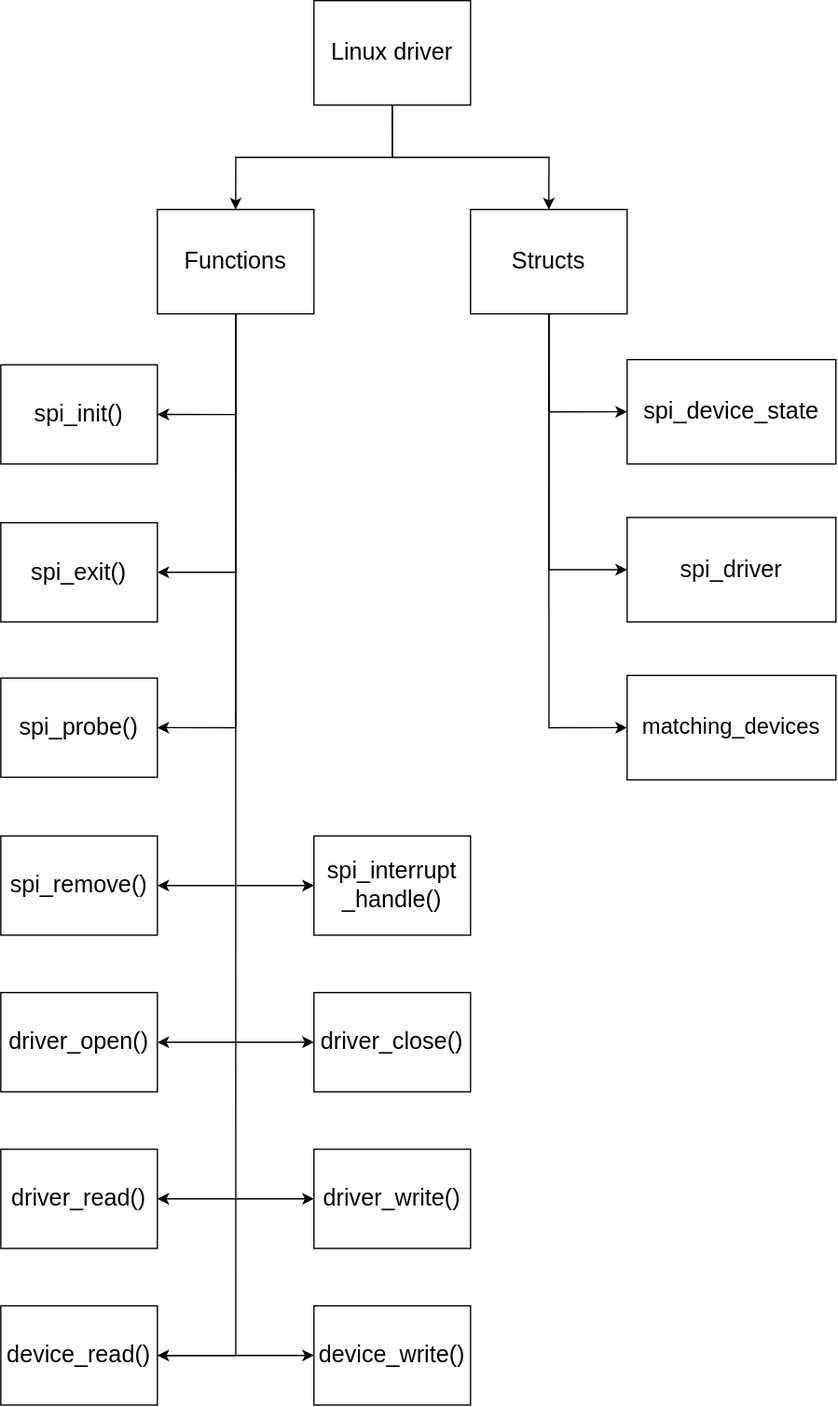
This is docs/spi.drawio.svg from TayyabHmza/spi_driver, a draw.io export, as it was before one commit. Source tidied: cells renumbered, new cells last; positions are measured from the earlier drawing's top-left corner, leaving out a move shared by most shapes.
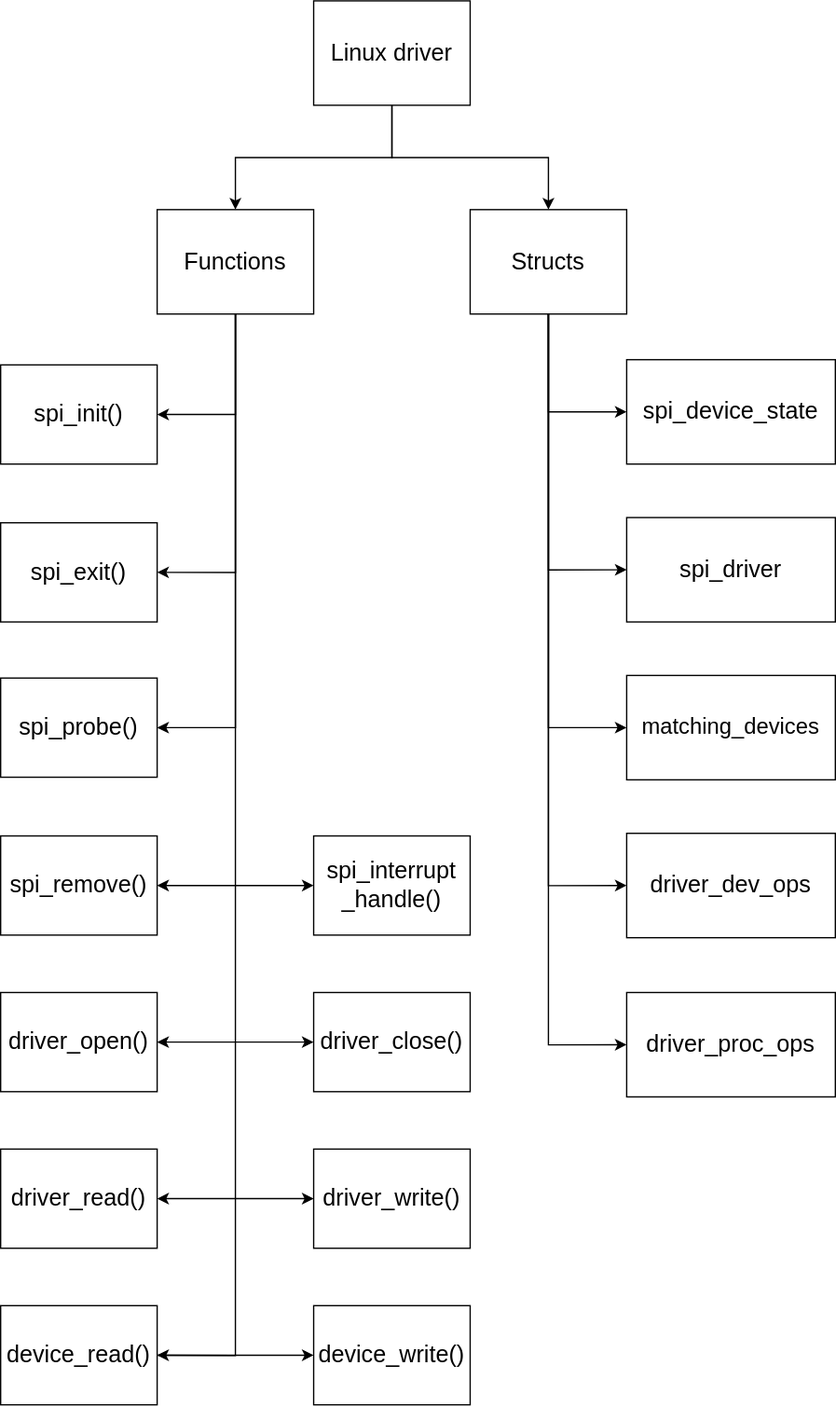
Later version of the same file.

What changed in the source:
```diff
@@ -65,6 +65,12 @@
     <mxCell id="22" style="edgeStyle=orthogonalEdgeStyle;rounded=0;jettySize=auto;html=1;exitX=0.5;exitY=1;exitDx=0;exitDy=0;exitPerimeter=0;entryX=0;entryY=0.5;entryDx=0;entryDy=0;" parent="1" edge="1" source="23" target="12">
       <mxGeometry relative="1" as="geometry" />
     </mxCell>
+    <mxCell id="32" style="edgeStyle=orthogonalEdgeStyle;rounded=0;jettySize=auto;html=1;exitX=0.5;exitY=1;exitDx=0;exitDy=0;exitPerimeter=0;entryX=0;entryY=0.5;entryDx=0;entryDy=0;" parent="1" edge="1" source="23" target="34">
+      <mxGeometry relative="1" as="geometry" />
+    </mxCell>
+    <mxCell id="33" style="edgeStyle=orthogonalEdgeStyle;rounded=0;jettySize=auto;html=1;exitX=0.5;exitY=1;exitDx=0;exitDy=0;exitPerimeter=0;entryX=0;entryY=0.5;entryDx=0;entryDy=0;" parent="1" edge="1" source="23" target="35">
+      <mxGeometry relative="1" as="geometry" />
+    </mxCell>
     <mxCell id="23" value="Structs" style="rounded=0;whiteSpace=wrap;html=1;fontSize=18;points=[[0,0,0,0,0],[0,0.25,0,0,0],[0,0.5,0,0,0],[0,0.75,0,0,0],[0,1,0,0,0],[0.13,1,0,0,0],[0.25,1,0,0,0],[0.38,1,0,0,0],[0.5,0,0,0,0],[0.5,1,0,0,0],[0.63,1,0,0,0],[0.75,1,0,0,0],[0.88,1,0,0,0],[1,0,0,0,0],[1,0.25,0,0,0],[1,0.5,0,0,0],[1,0.75,0,0,0],[1,1,0,0,0]];" parent="1" vertex="1">
       <mxGeometry x="360" y="160" width="120" height="80" as="geometry" />
     </mxCell>
@@ -92,5 +98,11 @@
     <mxCell id="31" value="&lt;div style=&quot;font-size: 18px;&quot;&gt;&lt;span style=&quot;background-color: initial;&quot;&gt;driver_close()&lt;/span&gt;&lt;/div&gt;" style="rounded=0;whiteSpace=wrap;html=1;verticalAlign=middle;fontSize=18;" parent="1" vertex="1">
       <mxGeometry x="240" y="760" width="120" height="76" as="geometry" />
     </mxCell>
+    <mxCell id="34" value="&lt;div style=&quot;font-size: 18px;&quot;&gt;&lt;div style=&quot;background-color: rgb(255, 255, 255); line-height: 19px; font-size: 18px;&quot;&gt;driver_dev_ops&lt;/div&gt;&lt;/div&gt;" style="rounded=0;whiteSpace=wrap;html=1;verticalAlign=middle;fontSize=18;" parent="1" vertex="1">
+      <mxGeometry x="480" y="638" width="160" height="80" as="geometry" />
+    </mxCell>
+    <mxCell id="35" value="&lt;div style=&quot;font-size: 18px;&quot;&gt;driver_proc_ops&lt;/div&gt;" style="rounded=0;whiteSpace=wrap;html=1;verticalAlign=middle;fontSize=18;" parent="1" vertex="1">
+      <mxGeometry x="480" y="760" width="160" height="80" as="geometry" />
+    </mxCell>
   </root>
 </mxGraphModel>
```
